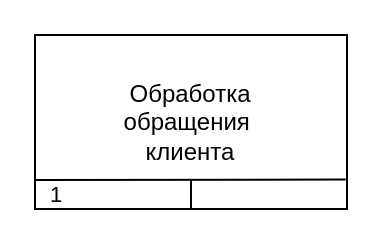
semenovMaksWeb/biti keeps this draw.io diagram as page "актуал" (1 of 20) of ДИПЛОМ/Новая папка/idef3.drawio. Above is the earlier version. Source tidied: cells renumbered, new cells numbered last; positions are measured from the earlier drawing's top-left corner, leaving out a move shared by most shapes. Both pictures are drawn from the tidied source at 200%, with x=0, y=0 at pixel (34, 34).
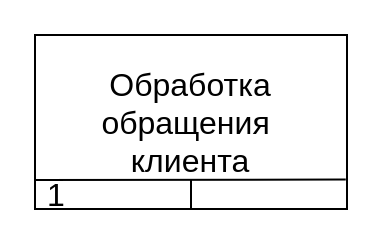
The same diagram, later.

Change to the diagram source:
```diff
@@
 <mxGraphModel>
   <root>
     <mxCell id="0" />
     <mxCell id="1" parent="0" />
-    <mxCell id="2" style="group;fontSize=9;" parent="1" vertex="1">
+    <mxCell id="2" style="group;fontSize=16;" parent="1" vertex="1">
       <mxGeometry width="156" height="87" as="geometry" />
     </mxCell>
-    <mxCell id="3" value="&lt;span style=&quot;font-size: 12px;&quot;&gt;Обработка&lt;/span&gt;&lt;br style=&quot;font-size: 12px;&quot;&gt;&lt;span style=&quot;font-size: 12px;&quot;&gt;обращения&amp;nbsp;&lt;/span&gt;&lt;br style=&quot;font-size: 12px;&quot;&gt;&lt;span style=&quot;font-size: 12px;&quot;&gt;клиента&lt;/span&gt;" style="rounded=0;whiteSpace=wrap;html=1;fontSize=9;" parent="2" vertex="1">
+    <mxCell id="3" value="&lt;span&gt;Обработка&lt;/span&gt;&lt;br&gt;&lt;span&gt;обращения&amp;nbsp;&lt;/span&gt;&lt;br&gt;&lt;span&gt;клиента&lt;/span&gt;" style="rounded=0;whiteSpace=wrap;html=1;fontSize=16;" parent="2" vertex="1">
       <mxGeometry width="156" height="87" as="geometry" />
     </mxCell>
-    <mxCell id="4" style="endArrow=none;html=1;rounded=0;exitX=0;exitY=0.75;exitDx=0;exitDy=0;entryX=0.996;entryY=0.831;entryDx=0;entryDy=0;entryPerimeter=0;" parent="2" edge="1" target="3">
+    <mxCell id="4" style="endArrow=none;html=1;rounded=0;exitX=0;exitY=0.75;exitDx=0;exitDy=0;entryX=0.996;entryY=0.831;entryDx=0;entryDy=0;entryPerimeter=0;fontSize=16;" parent="2" edge="1" target="3">
       <mxGeometry relative="1" as="geometry">
         <mxPoint y="72.5" as="sourcePoint" />
       </mxGeometry>
     </mxCell>
-    <mxCell id="5" style="endArrow=none;html=1;rounded=0;exitX=0.5;exitY=1;exitDx=0;exitDy=0;" parent="2" edge="1" source="3">
+    <mxCell id="5" style="endArrow=none;html=1;rounded=0;exitX=0.5;exitY=1;exitDx=0;exitDy=0;fontSize=16;" parent="2" edge="1" source="3">
       <mxGeometry relative="1" as="geometry">
         <mxPoint x="78" y="72.5" as="targetPoint" />
         <Array as="points">
           <mxPoint x="78" y="72.5" />
         </Array>
       </mxGeometry>
     </mxCell>
-    <mxCell id="6" value="1" style="text;html=1;align=center;verticalAlign=middle;whiteSpace=wrap;rounded=0;fontSize=11;" parent="2" vertex="1">
+    <mxCell id="6" value="1" style="text;html=1;align=center;verticalAlign=middle;whiteSpace=wrap;rounded=0;fontSize=16;" parent="2" vertex="1">
       <mxGeometry x="10.4" y="79.7" as="geometry" />
     </mxCell>
   </root>
 </mxGraphModel>
```
